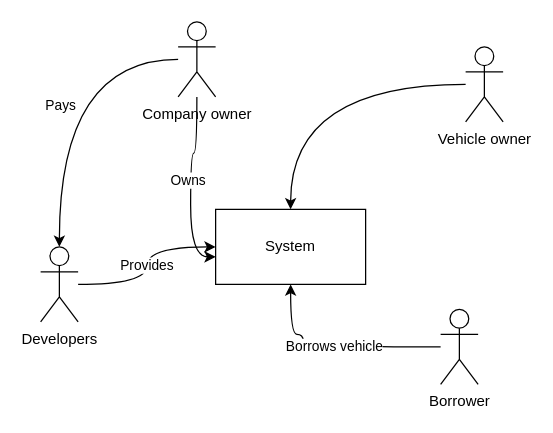
Earlier version of the draw.io diagram docs/architecture/1_requirements/stakeholders.drawio (maciejgz/Drive). Source tidied: cells renumbered, new cells numbered last; positions are measured from the earlier drawing's top-left corner, leaving out a move shared by most shapes. Both pictures are drawn from the tidied source at 125%, with x=0, y=0 at pixel (40, 21).
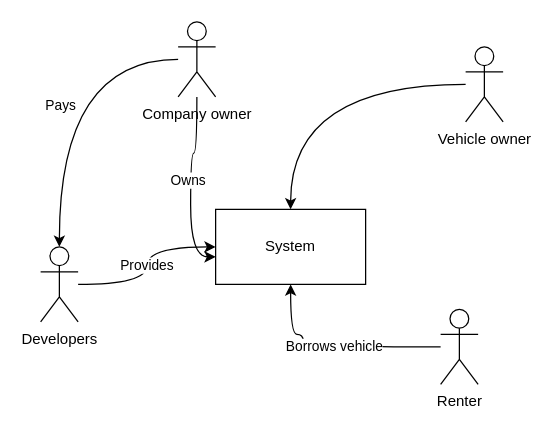
The same diagram, later.

Change to the diagram source:
```diff
@@
 <mxGraphModel>
   <root>
     <mxCell id="0" />
     <mxCell id="1" parent="0" />
     <mxCell id="2" style="edgeStyle=orthogonalEdgeStyle;curved=1;jettySize=auto;html=1;entryX=0.5;entryY=0;entryDx=0;entryDy=0;" parent="1" edge="1" source="3" target="13">
       <mxGeometry relative="1" as="geometry" />
     </mxCell>
     <mxCell id="3" value="Vehicle owner" style="shape=umlActor;verticalLabelPosition=bottom;verticalAlign=top;html=1;outlineConnect=0;" parent="1" vertex="1">
       <mxGeometry x="340" y="20" width="30" height="60" as="geometry" />
     </mxCell>
     <mxCell id="4" value="Provides" style="edgeStyle=orthogonalEdgeStyle;curved=1;jettySize=auto;html=1;" parent="1" edge="1" source="5" target="13">
       <mxGeometry relative="1" as="geometry" />
     </mxCell>
     <mxCell id="5" value="Developers" style="shape=umlActor;verticalLabelPosition=bottom;verticalAlign=top;html=1;outlineConnect=0;" parent="1" vertex="1">
       <mxGeometry y="180" width="30" height="60" as="geometry" />
     </mxCell>
     <mxCell id="6" value="Borrows vehicle" style="edgeStyle=orthogonalEdgeStyle;jettySize=auto;html=1;curved=1;entryX=0.5;entryY=1;entryDx=0;entryDy=0;" parent="1" edge="1" source="7" target="13">
       <mxGeometry relative="1" as="geometry">
         <Array as="points">
           <mxPoint x="210" y="260" />
           <mxPoint x="210" y="250" />
           <mxPoint x="200" y="250" />
         </Array>
       </mxGeometry>
     </mxCell>
-    <mxCell id="7" value="Borrower" style="shape=umlActor;verticalLabelPosition=bottom;verticalAlign=top;html=1;outlineConnect=0;" parent="1" vertex="1">
+    <mxCell id="7" value="Renter" style="shape=umlActor;verticalLabelPosition=bottom;verticalAlign=top;html=1;outlineConnect=0;" parent="1" vertex="1">
       <mxGeometry x="320" y="230" width="30" height="60" as="geometry" />
     </mxCell>
     <mxCell id="8" style="edgeStyle=orthogonalEdgeStyle;jettySize=auto;html=1;curved=1;" parent="1" edge="1" source="12" target="5">
       <mxGeometry relative="1" as="geometry" />
     </mxCell>
     <mxCell id="9" value="Pays" style="edgeLabel;html=1;align=center;verticalAlign=middle;" parent="8" vertex="1">
       <mxGeometry x="0.07" relative="1" as="geometry" />
     </mxCell>
     <mxCell id="10" style="edgeStyle=orthogonalEdgeStyle;curved=1;jettySize=auto;html=1;entryX=0;entryY=0.633;entryDx=0;entryDy=0;entryPerimeter=0;" parent="1" edge="1" source="12" target="13">
       <mxGeometry relative="1" as="geometry" />
     </mxCell>
     <mxCell id="11" value="Owns" style="edgeLabel;html=1;align=center;verticalAlign=middle;" parent="10" vertex="1">
       <mxGeometry x="-0.07" y="-3" relative="1" as="geometry" />
     </mxCell>
     <mxCell id="12" value="Company owner" style="shape=umlActor;verticalLabelPosition=bottom;verticalAlign=top;html=1;outlineConnect=0;" parent="1" vertex="1">
       <mxGeometry x="110" width="30" height="60" as="geometry" />
     </mxCell>
     <mxCell id="13" value="System" style="rounded=0;whiteSpace=wrap;html=1;" parent="1" vertex="1">
       <mxGeometry x="140" y="150" width="120" height="60" as="geometry" />
     </mxCell>
   </root>
 </mxGraphModel>
```
